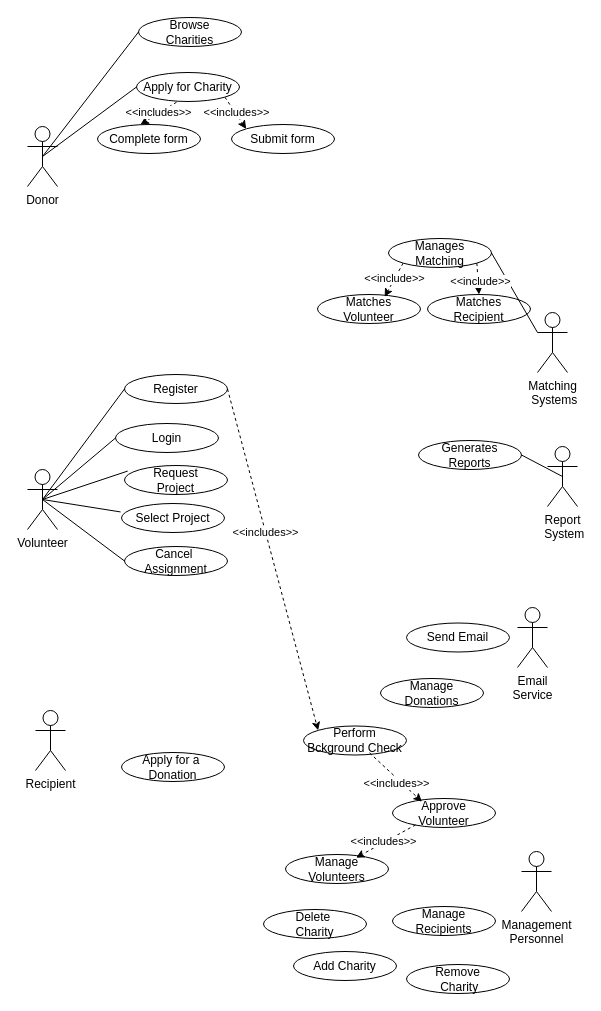
Earlier version of the draw.io diagram page "Page-4" (4 of 6) of Untitled Diagram.drawio (VinaiRamadhin/COMP2606A1). Source tidied: cells renumbered, new cells numbered last; positions are measured from the earlier drawing's top-left corner, leaving out a move shared by most shapes. Both pictures are drawn from the tidied source at 100%, with x=0, y=0 at pixel (27, 17).
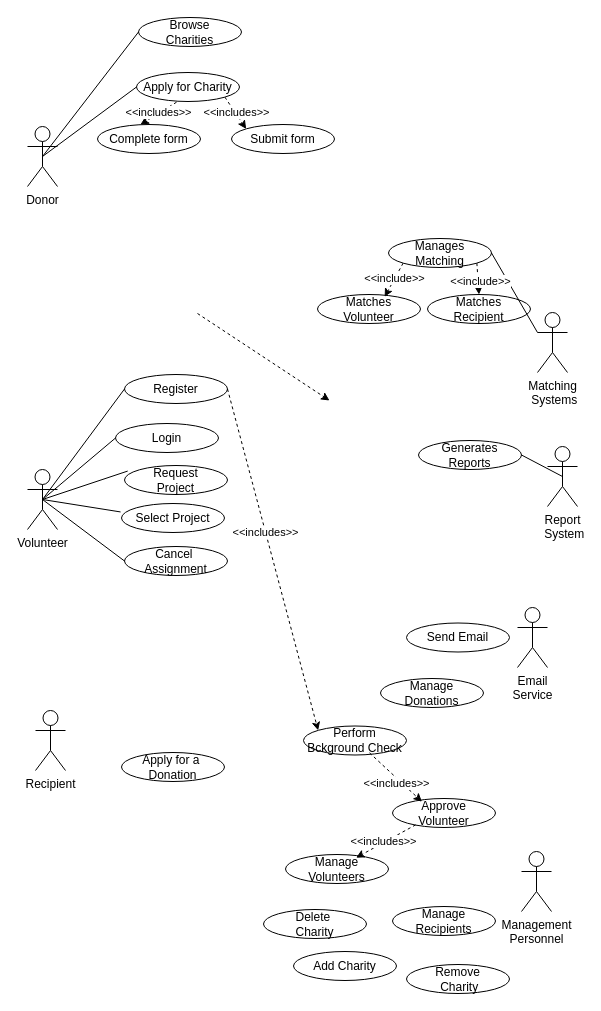
The same page after the edit.

Diff of the diagram source:
```diff
@@
+    <mxCell id="55" style="html=1;labelBackgroundColor=#ffffff;startArrow=none;startFill=0;startSize=6;endArrow=classic;endFill=1;endSize=6;jettySize=auto;orthogonalLoop=1;strokeWidth=1;dashed=1;fontSize=14;rounded=0;" parent="1" edge="1">
+      <mxGeometry relative="1" as="geometry">
+        <mxPoint x="170" y="296" as="sourcePoint" />
+        <mxPoint x="302" y="383" as="targetPoint" />
+      </mxGeometry>
+    </mxCell>
```
